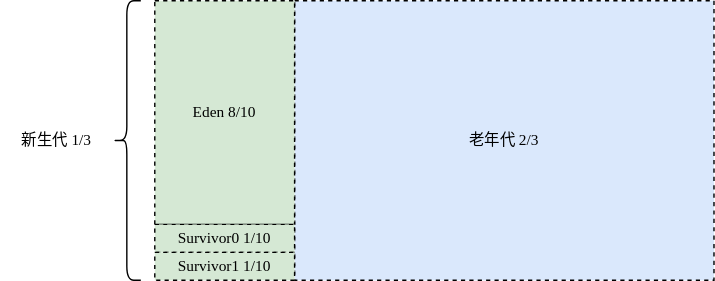
Earlier version of the draw.io export assets/drawio/Heap内存逻辑分区.svg (zhanjixun/zhanjixun.github.io). Source tidied: cells renumbered, new cells last; positions are measured from the earlier drawing's top-left corner, leaving out a move shared by most shapes. The source it was exported from:
```xml
<mxGraphModel>
  <root>
    <mxCell id="0" />
    <mxCell id="1" parent="0" />
    <mxCell id="2" value="老年代 2/3" style="rounded=0;whiteSpace=wrap;html=1;fontFamily=Lucida Console;fontSize=11;fillColor=#dae8fc;strokeColor=#000000;dashed=1;" parent="1" vertex="1">
      <mxGeometry x="210" width="300" height="200" as="geometry" />
    </mxCell>
    <mxCell id="3" value="Eden 8/10" style="rounded=0;whiteSpace=wrap;html=1;fontFamily=Lucida Console;fontSize=11;fillColor=#d5e8d4;strokeColor=#000000;dashed=1;" parent="1" vertex="1">
      <mxGeometry x="110" width="100" height="160" as="geometry" />
    </mxCell>
    <mxCell id="4" value="Survivor0 1/10" style="rounded=0;whiteSpace=wrap;html=1;fontFamily=Lucida Console;fontSize=11;fillColor=#d5e8d4;strokeColor=#000000;dashed=1;" parent="1" vertex="1">
      <mxGeometry x="110" y="160" width="100" height="20" as="geometry" />
    </mxCell>
    <mxCell id="5" value="Survivor1 1/10" style="rounded=0;whiteSpace=wrap;html=1;fontFamily=Lucida Console;fontSize=11;fillColor=#d5e8d4;strokeColor=#000000;dashed=1;" parent="1" vertex="1">
      <mxGeometry x="110" y="180" width="100" height="20" as="geometry" />
    </mxCell>
    <mxCell id="6" style="shape=curlyBracket;whiteSpace=wrap;html=1;rounded=1;labelPosition=left;verticalLabelPosition=middle;align=right;verticalAlign=middle;fontFamily=Lucida Console;fontSize=11;" parent="1" vertex="1">
      <mxGeometry x="80" width="20" height="200" as="geometry" />
    </mxCell>
    <mxCell id="7" value="新生代 1/3" style="text;html=1;whiteSpace=wrap;strokeColor=none;fillColor=none;align=center;verticalAlign=middle;rounded=0;fontFamily=Lucida Console;fontSize=11;" parent="1" vertex="1">
      <mxGeometry y="85" width="80" height="30" as="geometry" />
    </mxCell>
  </root>
</mxGraphModel>
```
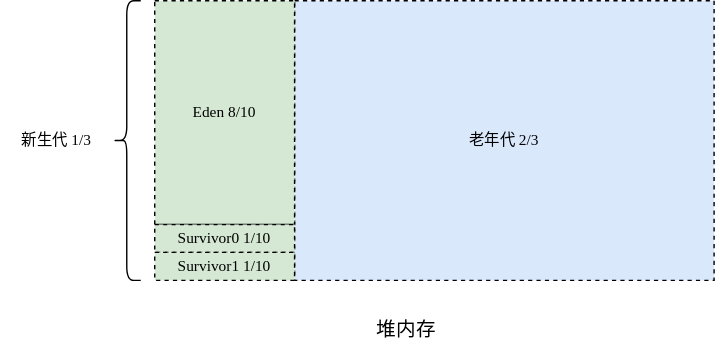
The same file after the commit.

What changed in the source:
```diff
@@ -20,5 +20,8 @@
     <mxCell id="7" value="新生代 1/3" style="text;html=1;whiteSpace=wrap;strokeColor=none;fillColor=none;align=center;verticalAlign=middle;rounded=0;fontFamily=Lucida Console;fontSize=11;" parent="1" vertex="1">
       <mxGeometry y="85" width="80" height="30" as="geometry" />
     </mxCell>
+    <mxCell id="8" value="堆内存" style="text;html=1;whiteSpace=wrap;strokeColor=none;fillColor=none;align=center;verticalAlign=middle;rounded=0;fontSize=14;" parent="1" vertex="1">
+      <mxGeometry x="260" y="220" width="60" height="30" as="geometry" />
+    </mxCell>
   </root>
 </mxGraphModel>
```
